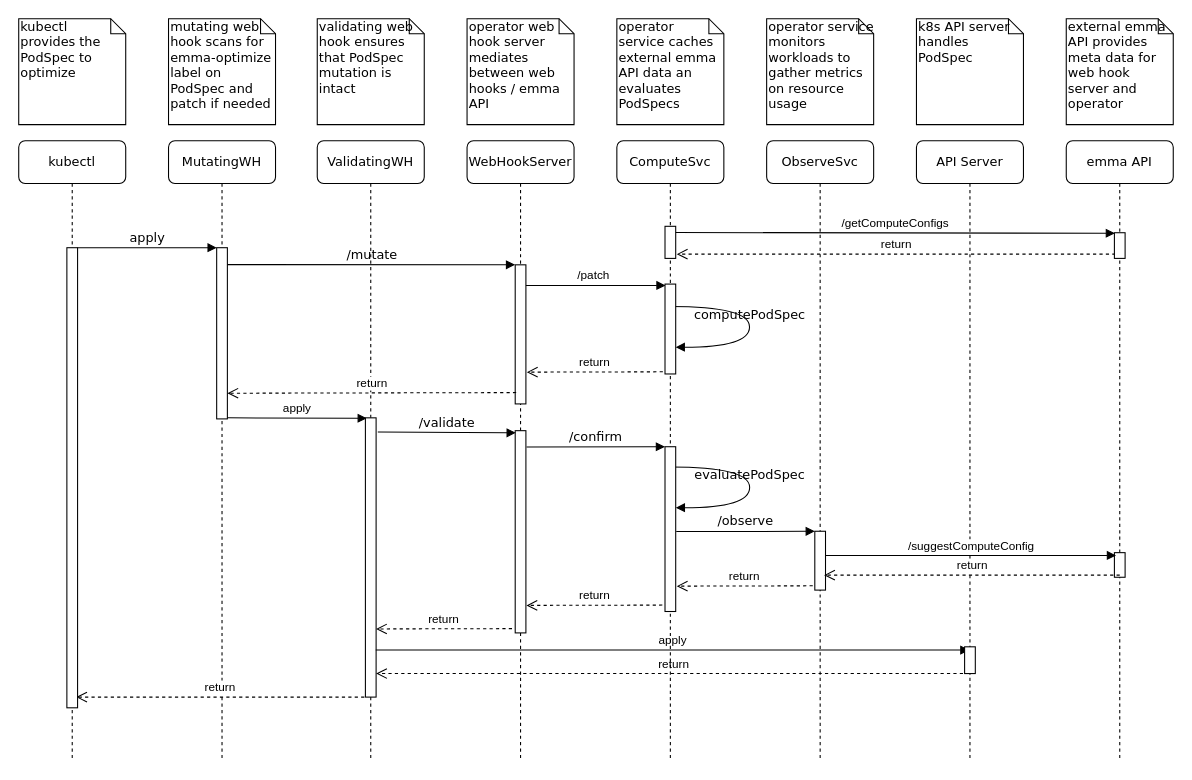
Earlier version of the draw.io diagram page "Sequence Diagram" (2 of 2) of docs/ultron.drawio (be-heroes/ultron). Source tidied: cells renumbered, new cells numbered last; positions are measured from the earlier drawing's top-left corner, leaving out a move shared by most shapes. Both pictures are drawn from the tidied source at 107%, with x=0, y=0 at pixel (18, 18).
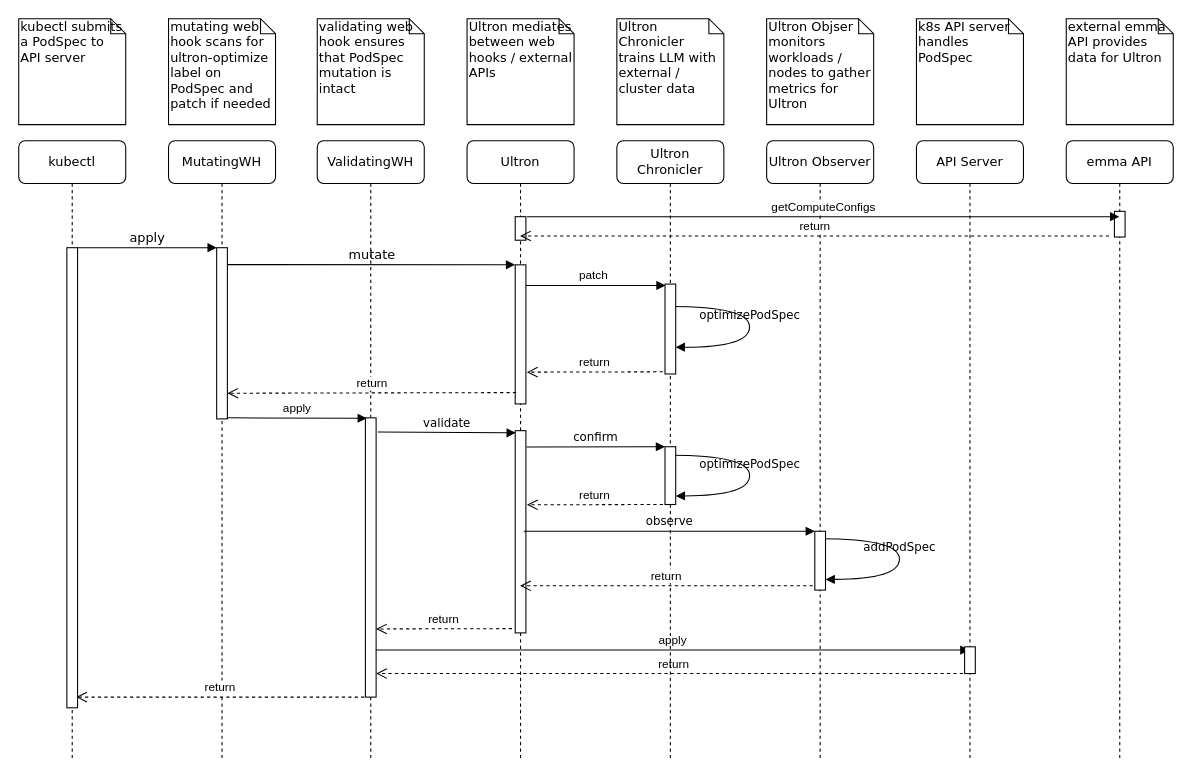
Above is the later version.

Unchanged cells that the change refers to:
```xml
<mxCell id="12" style="html=1;points=[];perimeter=orthogonalPerimeter;rounded=0;shadow=0;comic=0;labelBackgroundColor=none;strokeWidth=1;fontFamily=Verdana;fontSize=12;align=center;" parent="10" vertex="1">
  <mxGeometry x="45" y="271" width="10" height="189" as="geometry" />
</mxCell>
<mxCell id="40" value="emma API" style="shape=umlLifeline;perimeter=lifelinePerimeter;whiteSpace=wrap;html=1;outlineConnect=0;rounded=1;shadow=0;comic=0;labelBackgroundColor=none;strokeWidth=1;fontFamily=Verdana;fontSize=12;align=center;" parent="1" vertex="1">
  <mxGeometry x="979" y="114" width="100" height="580" as="geometry" />
</mxCell>
```

The edit, as a diff of the source:
```diff
@@
+    <mxCell id="51" value="addPodSpec" style="html=1;verticalAlign=bottom;endArrow=block;labelBackgroundColor=none;fontFamily=Verdana;fontSize=11;elbow=vertical;edgeStyle=orthogonalEdgeStyle;curved=1;" parent="1" edge="1">
+      <mxGeometry relative="1" as="geometry">
+        <mxPoint x="749" y="486" as="sourcePoint" />
+        <mxPoint x="754.1" y="524" as="targetPoint" />
+        <Array as="points">
+          <mxPoint x="823.1" y="486" />
+          <mxPoint x="823.1" y="524" />
+        </Array>
+      </mxGeometry>
+    </mxCell>
-    <mxCell id="2" value="evaluatePodSpec" style="html=1;verticalAlign=bottom;endArrow=block;labelBackgroundColor=none;fontFamily=Verdana;fontSize=12;elbow=vertical;edgeStyle=orthogonalEdgeStyle;curved=1;" parent="1" edge="1">
+    <mxCell id="2" value="optimizePodSpec" style="html=1;verticalAlign=bottom;endArrow=block;labelBackgroundColor=none;fontFamily=Verdana;fontSize=11;elbow=vertical;edgeStyle=orthogonalEdgeStyle;curved=1;" parent="1" edge="1">
       <mxGeometry relative="1" as="geometry">
-        <mxPoint x="609" y="419" as="sourcePoint" />
-        <mxPoint x="614.1" y="457" as="targetPoint" />
+        <mxPoint x="609" y="408" as="sourcePoint" />
+        <mxPoint x="614.1" y="446" as="targetPoint" />
         <Array as="points">
-          <mxPoint x="683.1" y="419" />
-          <mxPoint x="683.1" y="457" />
+          <mxPoint x="683.1" y="408" />
+          <mxPoint x="683.1" y="446" />
         </Array>
       </mxGeometry>
     </mxCell>
@@
-    <mxCell id="10" value="WebHookServer" style="shape=umlLifeline;perimeter=lifelinePerimeter;whiteSpace=wrap;html=1;outlineConnect=0;rounded=1;shadow=0;comic=0;labelBackgroundColor=none;strokeWidth=1;fontFamily=Verdana;fontSize=12;align=center;" parent="1" vertex="1">
+    <mxCell id="10" value="Ultron" style="shape=umlLifeline;perimeter=lifelinePerimeter;whiteSpace=wrap;html=1;outlineConnect=0;rounded=1;shadow=0;comic=0;labelBackgroundColor=none;strokeWidth=1;fontFamily=Verdana;fontSize=12;align=center;" parent="1" vertex="1">
       <mxGeometry x="419" y="114" width="100" height="580" as="geometry" />
     </mxCell>
-    <mxCell id="11" value="/patch" style="html=1;verticalAlign=bottom;endArrow=block;curved=0;rounded=0;" parent="10" edge="1" source="10">
+    <mxCell id="11" value="patch" style="html=1;verticalAlign=bottom;endArrow=block;curved=0;rounded=0;" parent="10" edge="1" source="10">
       <mxGeometry relative="1" as="geometry">
         <mxPoint x="185.5" y="135.3" as="targetPoint" />
       </mxGeometry>
     </mxCell>
@@
-    <mxCell id="13" value="return" style="html=1;verticalAlign=bottom;endArrow=open;dashed=1;endSize=8;curved=0;rounded=0;" parent="10" edge="1">
-      <mxGeometry relative="1" as="geometry">
-        <mxPoint x="182.5" y="434" as="sourcePoint" />
-        <mxPoint x="55.5" y="434.3" as="targetPoint" />
-      </mxGeometry>
-    </mxCell>
@@
+    <mxCell id="18" style="html=1;perimeter=orthogonalPerimeter;rounded=0;shadow=0;comic=0;labelBackgroundColor=none;strokeWidth=1;fontFamily=Verdana;fontSize=12;align=center;" parent="10" vertex="1">
+      <mxGeometry x="45" y="71" width="10" height="22" as="geometry" />
+    </mxCell>
-    <mxCell id="16" value="ComputeSvc" style="shape=umlLifeline;perimeter=lifelinePerimeter;whiteSpace=wrap;html=1;rounded=1;shadow=0;comic=0;labelBackgroundColor=none;strokeWidth=1;fontFamily=Verdana;fontSize=12;align=center;" parent="1" vertex="1">
+    <mxCell id="16" value="Ultron Chronicler" style="shape=umlLifeline;perimeter=lifelinePerimeter;whiteSpace=wrap;html=1;rounded=1;shadow=0;comic=0;labelBackgroundColor=none;strokeWidth=1;fontFamily=Verdana;fontSize=12;align=center;" parent="1" vertex="1">
       <mxGeometry x="559" y="114" width="100" height="580" as="geometry" />
     </mxCell>
-    <mxCell id="17" value="computePodSpec" style="html=1;verticalAlign=bottom;endArrow=block;labelBackgroundColor=none;fontFamily=Verdana;fontSize=12;elbow=vertical;edgeStyle=orthogonalEdgeStyle;curved=1;" parent="16" edge="1">
+    <mxCell id="17" value="optimizePodSpec" style="html=1;verticalAlign=bottom;endArrow=block;labelBackgroundColor=none;fontFamily=Verdana;fontSize=11;elbow=vertical;edgeStyle=orthogonalEdgeStyle;curved=1;" parent="16" edge="1">
       <mxGeometry relative="1" as="geometry">
         <mxPoint x="49.9" y="155" as="sourcePoint" />
         <mxPoint x="55" y="193" as="targetPoint" />
         <Array as="points">
           <mxPoint x="124" y="155" />
           <mxPoint x="124" y="193" />
         </Array>
       </mxGeometry>
     </mxCell>
-    <mxCell id="18" style="html=1;perimeter=orthogonalPerimeter;rounded=0;shadow=0;comic=0;labelBackgroundColor=none;strokeWidth=1;fontFamily=Verdana;fontSize=12;align=center;" parent="16" vertex="1">
-      <mxGeometry x="45" y="80" width="10" height="30" as="geometry" />
-    </mxCell>
@@
     <mxCell id="20" style="html=1;perimeter=orthogonalPerimeter;rounded=0;shadow=0;comic=0;labelBackgroundColor=none;strokeWidth=1;fontFamily=Verdana;fontSize=12;align=center;" parent="16" vertex="1">
-      <mxGeometry x="45" y="286" width="10" height="154" as="geometry" />
+      <mxGeometry x="45" y="286" width="10" height="54" as="geometry" />
     </mxCell>
-    <mxCell id="21" value="/confirm" style="html=1;verticalAlign=bottom;endArrow=block;labelBackgroundColor=none;fontFamily=Verdana;fontSize=12;edgeStyle=elbowEdgeStyle;elbow=vertical;entryX=0.05;entryY=0.009;entryDx=0;entryDy=0;entryPerimeter=0;" parent="16" edge="1">
+    <mxCell id="21" value="confirm" style="html=1;verticalAlign=bottom;endArrow=block;labelBackgroundColor=none;fontFamily=Verdana;fontSize=11;edgeStyle=elbowEdgeStyle;elbow=vertical;entryX=0.05;entryY=0.009;entryDx=0;entryDy=0;entryPerimeter=0;" parent="16" edge="1">
       <mxGeometry relative="1" as="geometry">
         <mxPoint x="-84.4" y="286.3" as="sourcePoint" />
         <mxPoint x="45" y="286" as="targetPoint" />
       </mxGeometry>
     </mxCell>
+    <mxCell id="13" value="return" style="html=1;verticalAlign=bottom;endArrow=open;dashed=1;endSize=8;curved=0;rounded=0;" parent="16" edge="1">
+      <mxGeometry relative="1" as="geometry">
+        <mxPoint x="43.1" y="340" as="sourcePoint" />
+        <mxPoint x="-84" y="340.3" as="targetPoint" />
+      </mxGeometry>
+    </mxCell>
-    <mxCell id="22" value="ObserveSvc" style="shape=umlLifeline;perimeter=lifelinePerimeter;whiteSpace=wrap;html=1;rounded=1;shadow=0;comic=0;labelBackgroundColor=none;strokeWidth=1;fontFamily=Verdana;fontSize=12;align=center;" parent="1" vertex="1">
+    <mxCell id="22" value="Ultron Observer" style="shape=umlLifeline;perimeter=lifelinePerimeter;whiteSpace=wrap;html=1;rounded=1;shadow=0;comic=0;labelBackgroundColor=none;strokeWidth=1;fontFamily=Verdana;fontSize=12;align=center;" parent="1" vertex="1">
       <mxGeometry x="699" y="114" width="100" height="580" as="geometry" />
     </mxCell>
-    <mxCell id="23" value="/getComputeConfigs" style="html=1;verticalAlign=bottom;endArrow=block;curved=0;rounded=0;exitX=0.895;exitY=0.031;exitDx=0;exitDy=0;exitPerimeter=0;" parent="22" edge="1">
-      <mxGeometry relative="1" as="geometry">
-        <mxPoint x="-85" y="85.8" as="sourcePoint" />
-        <mxPoint x="325.5" y="86.5" as="targetPoint" />
-      </mxGeometry>
-    </mxCell>
@@
-    <mxCell id="25" value="/observe" style="html=1;verticalAlign=bottom;endArrow=block;labelBackgroundColor=none;fontFamily=Verdana;fontSize=12;edgeStyle=elbowEdgeStyle;elbow=horizontal;entryX=0.05;entryY=0.009;entryDx=0;entryDy=0;entryPerimeter=0;" parent="22" edge="1">
+    <mxCell id="25" value="observe" style="html=1;verticalAlign=bottom;endArrow=block;labelBackgroundColor=none;fontFamily=Verdana;fontSize=11;edgeStyle=elbowEdgeStyle;elbow=horizontal;entryX=0.05;entryY=0.009;entryDx=0;entryDy=0;entryPerimeter=0;exitX=0.8;exitY=0.497;exitDx=0;exitDy=0;exitPerimeter=0;" parent="22" edge="1" source="12">
       <mxGeometry relative="1" as="geometry">
-        <mxPoint x="-84.5" y="365.3" as="sourcePoint" />
         <mxPoint x="45" y="365" as="targetPoint" />
       </mxGeometry>
     </mxCell>
@@
-    <mxCell id="32" value="/mutate" style="html=1;verticalAlign=bottom;endArrow=block;entryX=-0.01;entryY=0.004;labelBackgroundColor=none;fontFamily=Verdana;fontSize=12;edgeStyle=elbowEdgeStyle;elbow=vertical;entryDx=0;entryDy=0;entryPerimeter=0;" parent="1" edge="1">
+    <mxCell id="32" value="mutate" style="html=1;verticalAlign=bottom;endArrow=block;entryX=-0.01;entryY=0.004;labelBackgroundColor=none;fontFamily=Verdana;fontSize=12;edgeStyle=elbowEdgeStyle;elbow=vertical;entryDx=0;entryDy=0;entryPerimeter=0;" parent="1" edge="1">
       <mxGeometry relative="1" as="geometry">
         <mxPoint x="195" y="229.8" as="sourcePoint" />
         <mxPoint x="463.9" y="229.8" as="targetPoint" />
       </mxGeometry>
     </mxCell>
-    <mxCell id="33" value="kubectl provides the PodSpec to optimize" style="shape=note;whiteSpace=wrap;html=1;size=14;verticalAlign=top;align=left;spacingTop=-6;rounded=0;shadow=0;comic=0;labelBackgroundColor=none;strokeWidth=1;fontFamily=Verdana;fontSize=12;" parent="1" vertex="1">
+    <mxCell id="33" value="kubectl submits a PodSpec to API server" style="shape=note;whiteSpace=wrap;html=1;size=14;verticalAlign=top;align=left;spacingTop=-6;rounded=0;shadow=0;comic=0;labelBackgroundColor=none;strokeWidth=1;fontFamily=Verdana;fontSize=12;" parent="1" vertex="1">
       <mxGeometry width="100" height="99" as="geometry" />
     </mxCell>
-    <mxCell id="34" value="mutating web hook scans for emma-optimize label on PodSpec and patch if needed" style="shape=note;whiteSpace=wrap;html=1;size=14;verticalAlign=top;align=left;spacingTop=-6;rounded=0;shadow=0;comic=0;labelBackgroundColor=none;strokeWidth=1;fontFamily=Verdana;fontSize=12;" parent="1" vertex="1">
+    <mxCell id="34" value="mutating web hook scans for ultron-optimize label on PodSpec and patch if needed" style="shape=note;whiteSpace=wrap;html=1;size=14;verticalAlign=top;align=left;spacingTop=-6;rounded=0;shadow=0;comic=0;labelBackgroundColor=none;strokeWidth=1;fontFamily=Verdana;fontSize=12;" parent="1" vertex="1">
       <mxGeometry x="140" width="100" height="99" as="geometry" />
     </mxCell>
@@
-    <mxCell id="36" value="operator web hook server mediates between web hooks / emma API" style="shape=note;whiteSpace=wrap;html=1;size=14;verticalAlign=top;align=left;spacingTop=-6;rounded=0;shadow=0;comic=0;labelBackgroundColor=none;strokeWidth=1;fontFamily=Verdana;fontSize=12;" parent="1" vertex="1">
+    <mxCell id="36" value="Ultron mediates between web hooks / external APIs" style="shape=note;whiteSpace=wrap;html=1;size=14;verticalAlign=top;align=left;spacingTop=-6;rounded=0;shadow=0;comic=0;labelBackgroundColor=none;strokeWidth=1;fontFamily=Verdana;fontSize=12;" parent="1" vertex="1">
       <mxGeometry x="419" width="100" height="99" as="geometry" />
     </mxCell>
-    <mxCell id="37" value="operator service caches external emma API data an evaluates PodSpecs" style="shape=note;whiteSpace=wrap;html=1;size=14;verticalAlign=top;align=left;spacingTop=-6;rounded=0;shadow=0;comic=0;labelBackgroundColor=none;strokeWidth=1;fontFamily=Verdana;fontSize=12;" parent="1" vertex="1">
+    <mxCell id="37" value="Ultron Chronicler trains LLM with external / cluster data" style="shape=note;whiteSpace=wrap;html=1;size=14;verticalAlign=top;align=left;spacingTop=-6;rounded=0;shadow=0;comic=0;labelBackgroundColor=none;strokeWidth=1;fontFamily=Verdana;fontSize=12;" parent="1" vertex="1">
       <mxGeometry x="559" width="100" height="99" as="geometry" />
     </mxCell>
-    <mxCell id="38" value="operator&amp;nbsp;service monitors workloads to gather metrics on resource usage" style="shape=note;whiteSpace=wrap;html=1;size=14;verticalAlign=top;align=left;spacingTop=-6;rounded=0;shadow=0;comic=0;labelBackgroundColor=none;strokeWidth=1;fontFamily=Verdana;fontSize=12;" parent="1" vertex="1">
+    <mxCell id="38" value="Ultron Objser monitors workloads / nodes to gather metrics for Ultron" style="shape=note;whiteSpace=wrap;html=1;size=14;verticalAlign=top;align=left;spacingTop=-6;rounded=0;shadow=0;comic=0;labelBackgroundColor=none;strokeWidth=1;fontFamily=Verdana;fontSize=12;" parent="1" vertex="1">
       <mxGeometry x="699" width="100" height="99" as="geometry" />
     </mxCell>
@@
-    <mxCell id="41" value="return" style="html=1;verticalAlign=bottom;endArrow=open;dashed=1;endSize=8;curved=0;rounded=0;" parent="40" edge="1">
-      <mxGeometry relative="1" as="geometry">
-        <mxPoint x="46" y="106" as="sourcePoint" />
-        <mxPoint x="-364" y="106" as="targetPoint" />
-      </mxGeometry>
-    </mxCell>
     <mxCell id="42" style="html=1;perimeter=orthogonalPerimeter;rounded=0;shadow=0;comic=0;labelBackgroundColor=none;strokeWidth=1;fontFamily=Verdana;fontSize=12;align=center;" parent="40" vertex="1">
-      <mxGeometry x="45" y="86" width="10" height="24" as="geometry" />
+      <mxGeometry x="45" y="66" width="10" height="24" as="geometry" />
     </mxCell>
-    <mxCell id="43" style="html=1;perimeter=orthogonalPerimeter;rounded=0;shadow=0;comic=0;labelBackgroundColor=none;strokeWidth=1;fontFamily=Verdana;fontSize=12;align=center;" parent="40" vertex="1">
-      <mxGeometry x="45" y="385" width="10" height="23" as="geometry" />
-    </mxCell>
-    <mxCell id="44" value="return" style="html=1;verticalAlign=bottom;endArrow=open;dashed=1;endSize=8;curved=0;rounded=0;" parent="40" edge="1">
-      <mxGeometry relative="1" as="geometry">
-        <mxPoint x="50" y="406" as="sourcePoint" />
-        <mxPoint x="-226.3" y="406" as="targetPoint" />
-      </mxGeometry>
-    </mxCell>
-    <mxCell id="45" value="external emma API provides meta data for web hook server and operator" style="shape=note;whiteSpace=wrap;html=1;size=14;verticalAlign=top;align=left;spacingTop=-6;rounded=0;shadow=0;comic=0;labelBackgroundColor=none;strokeWidth=1;fontFamily=Verdana;fontSize=12;" parent="1" vertex="1">
+    <mxCell id="45" value="external emma API provides data for Ultron" style="shape=note;whiteSpace=wrap;html=1;size=14;verticalAlign=top;align=left;spacingTop=-6;rounded=0;shadow=0;comic=0;labelBackgroundColor=none;strokeWidth=1;fontFamily=Verdana;fontSize=12;" parent="1" vertex="1">
       <mxGeometry x="979" width="100" height="99" as="geometry" />
     </mxCell>
@@
-    <mxCell id="48" value="/validate" style="html=1;verticalAlign=bottom;endArrow=block;labelBackgroundColor=none;fontFamily=Verdana;fontSize=12;edgeStyle=elbowEdgeStyle;elbow=vertical;entryX=0.05;entryY=0.009;entryDx=0;entryDy=0;entryPerimeter=0;" parent="1" edge="1" target="12">
+    <mxCell id="48" value="validate" style="html=1;verticalAlign=bottom;endArrow=block;labelBackgroundColor=none;fontFamily=Verdana;fontSize=11;edgeStyle=elbowEdgeStyle;elbow=vertical;entryX=0.05;entryY=0.009;entryDx=0;entryDy=0;entryPerimeter=0;" parent="1" edge="1" target="12">
       <mxGeometry relative="1" as="geometry">
         <mxPoint x="335.6" y="386.3" as="sourcePoint" />
       </mxGeometry>
     </mxCell>
-    <mxCell id="49" value="return" style="html=1;verticalAlign=bottom;endArrow=open;dashed=1;endSize=8;curved=0;rounded=0;" parent="1" edge="1">
+    <mxCell id="49" value="return" style="html=1;verticalAlign=bottom;endArrow=open;dashed=1;endSize=8;curved=0;rounded=0;" parent="1" edge="1" target="10">
       <mxGeometry relative="1" as="geometry">
         <mxPoint x="742.1" y="530" as="sourcePoint" />
-        <mxPoint x="615" y="530.3" as="targetPoint" />
       </mxGeometry>
     </mxCell>
-    <mxCell id="50" value="/suggestComputeConfig" style="html=1;verticalAlign=bottom;endArrow=block;curved=0;rounded=0;exitX=0.895;exitY=0.031;exitDx=0;exitDy=0;exitPerimeter=0;" parent="1" edge="1">
-      <mxGeometry relative="1" as="geometry">
-        <mxPoint x="754" y="501.6" as="sourcePoint" />
-        <mxPoint x="1025.5" y="501.6" as="targetPoint" />
-      </mxGeometry>
-    </mxCell>
+    <mxCell id="23" value="getComputeConfigs" style="html=1;verticalAlign=bottom;endArrow=block;curved=0;rounded=0;exitX=0.895;exitY=0.031;exitDx=0;exitDy=0;exitPerimeter=0;" parent="1" edge="1" target="40">
+      <mxGeometry relative="1" as="geometry">
+        <mxPoint x="475" y="185" as="sourcePoint" />
+      </mxGeometry>
+    </mxCell>
+    <mxCell id="41" value="return" style="html=1;verticalAlign=bottom;endArrow=open;dashed=1;endSize=8;curved=0;rounded=0;" parent="1" edge="1" target="10">
+      <mxGeometry relative="1" as="geometry">
+        <mxPoint x="1019" y="203" as="sourcePoint" />
+      </mxGeometry>
+    </mxCell>
```
